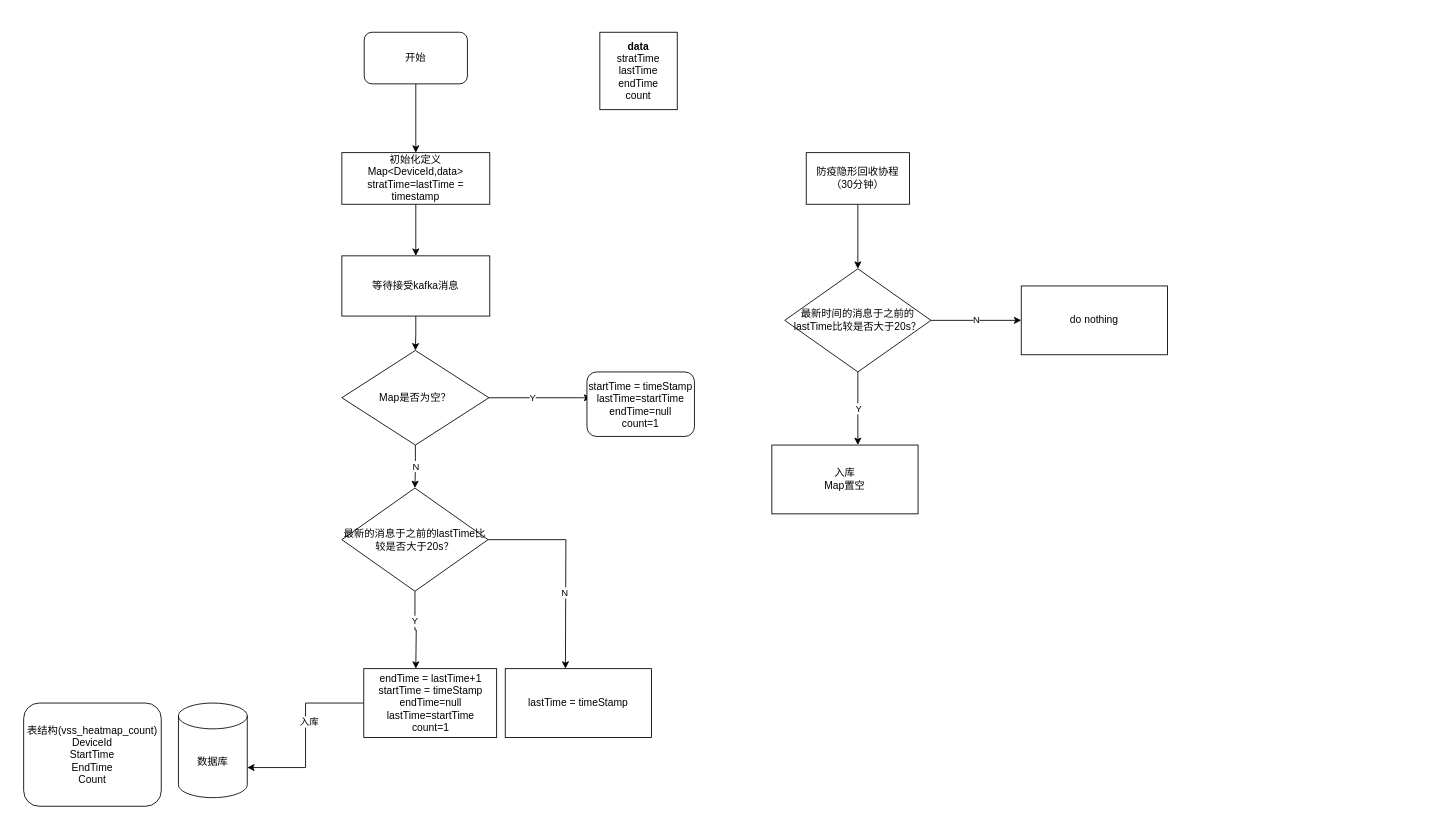
Before: 从化防疫.drawio in lingpengzhou/diagrams.io, a draw.io diagram. Source tidied: cells renumbered, new cells numbered last; positions are measured from the earlier drawing's top-left corner, leaving out a move shared by most shapes. Both pictures are drawn from the tidied source at 86%, with x=0, y=0 at pixel (23, 32).
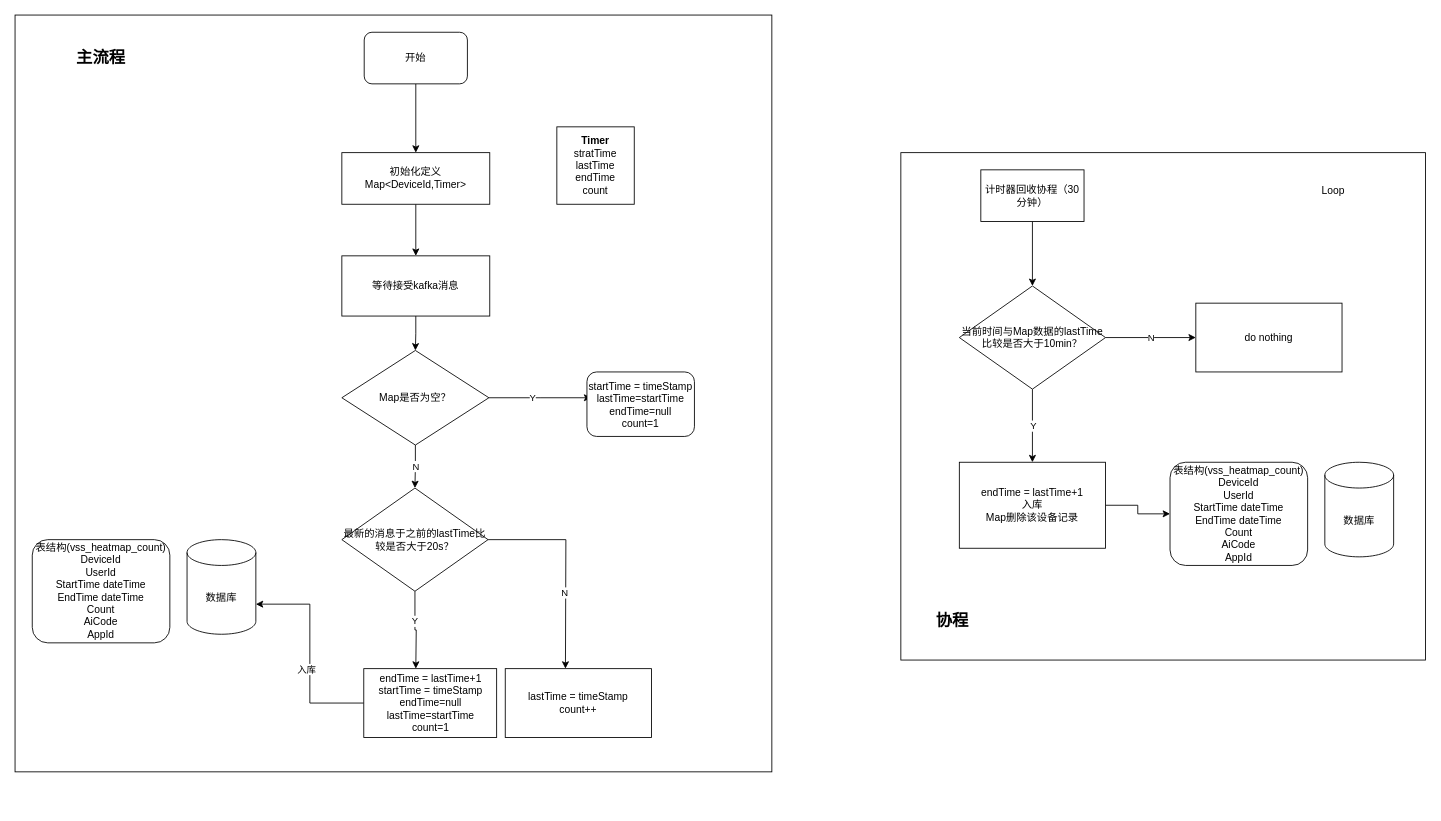
The same diagram, later.

What changed in the source:
```diff
@@
+    <mxCell id="32" style="whiteSpace=wrap;html=1;" parent="1" vertex="1">
+      <mxGeometry x="-10" y="-20" width="880" height="880" as="geometry" />
+    </mxCell>
+    <mxCell id="33" style="rounded=0;whiteSpace=wrap;html=1;" parent="1" vertex="1">
+      <mxGeometry x="1020" y="140" width="610" height="590" as="geometry" />
+    </mxCell>
-    <mxCell id="2" value="表结构(vss_heatmap_count)&lt;br&gt;DeviceId&lt;br&gt;StartTime&lt;br&gt;EndTime&lt;br&gt;Count" style="rounded=1;whiteSpace=wrap;html=1;" parent="1" vertex="1">
-      <mxGeometry y="780" width="160" height="120" as="geometry" />
+    <mxCell id="2" value="表结构(vss_heatmap_count)&lt;br&gt;DeviceId&lt;br&gt;UserId&lt;br&gt;StartTime dateTime&lt;br&gt;EndTime dateTime&lt;br&gt;Count&lt;br&gt;AiCode&lt;br&gt;AppId" style="rounded=1;whiteSpace=wrap;html=1;" parent="1" vertex="1">
+      <mxGeometry x="10" y="590" width="160" height="120" as="geometry" />
     </mxCell>
@@
-    <mxCell id="6" value="初始化定义Map&amp;lt;DeviceId,data&amp;gt;&lt;br&gt;stratTime=lastTime = timestamp&lt;br&gt;" style="rounded=0;whiteSpace=wrap;html=1;" parent="1" vertex="1">
+    <mxCell id="6" value="初始化定义Map&amp;lt;DeviceId,Timer&amp;gt;&lt;br&gt;" style="rounded=0;whiteSpace=wrap;html=1;" parent="1" vertex="1">
       <mxGeometry x="370" y="140" width="172" height="60" as="geometry" />
     </mxCell>
-    <mxCell id="7" value="&lt;b&gt;data&lt;/b&gt;&lt;br&gt;stratTime&lt;br&gt;lastTime&lt;br&gt;endTime&lt;br&gt;count" style="whiteSpace=wrap;html=1;" parent="1" vertex="1">
-      <mxGeometry x="670" width="90" height="90" as="geometry" />
+    <mxCell id="7" value="&lt;b&gt;Timer&lt;/b&gt;&lt;br&gt;stratTime&lt;br&gt;lastTime&lt;br&gt;endTime&lt;br&gt;count" style="whiteSpace=wrap;html=1;" parent="1" vertex="1">
+      <mxGeometry x="620" y="110" width="90" height="90" as="geometry" />
     </mxCell>
@@
-    <mxCell id="15" value="lastTime = timeStamp" style="rounded=0;whiteSpace=wrap;html=1;" parent="1" vertex="1">
+    <mxCell id="15" value="lastTime = timeStamp&lt;br&gt;count++" style="rounded=0;whiteSpace=wrap;html=1;" parent="1" vertex="1">
       <mxGeometry x="560" y="740" width="170" height="80" as="geometry" />
     </mxCell>
@@
     <mxCell id="24" value="数据库" style="shape=cylinder3;whiteSpace=wrap;html=1;boundedLbl=1;backgroundOutline=1;size=15;" parent="1" vertex="1">
-      <mxGeometry x="180" y="780" width="80" height="110" as="geometry" />
+      <mxGeometry x="190" y="590" width="80" height="110" as="geometry" />
     </mxCell>
@@
-    <mxCell id="26" value="防疫隐形回收协程（30分钟）" style="rounded=0;whiteSpace=wrap;html=1;" parent="1" vertex="1">
-      <mxGeometry x="910" y="140" width="120" height="60" as="geometry" />
+    <mxCell id="26" value="计时器回收协程（30分钟）" style="rounded=0;whiteSpace=wrap;html=1;" parent="1" vertex="1">
+      <mxGeometry x="1113" y="160" width="120" height="60" as="geometry" />
     </mxCell>
     <mxCell id="27" value="N" style="edgeStyle=orthogonalEdgeStyle;rounded=0;jettySize=auto;html=1;exitX=1;exitY=0.5;exitDx=0;exitDy=0;" parent="1" edge="1" source="29">
       <mxGeometry relative="1" as="geometry">
-        <mxPoint x="1160" y="335" as="targetPoint" />
+        <mxPoint x="1363" y="355" as="targetPoint" />
         <Array as="points">
-          <mxPoint x="1110" y="335" />
-          <mxPoint x="1110" y="335" />
+          <mxPoint x="1313" y="355" />
+          <mxPoint x="1313" y="355" />
         </Array>
       </mxGeometry>
     </mxCell>
     <mxCell id="28" value="Y" style="edgeStyle=orthogonalEdgeStyle;rounded=0;jettySize=auto;html=1;exitX=0.5;exitY=1;exitDx=0;exitDy=0;" parent="1" edge="1" source="29">
       <mxGeometry relative="1" as="geometry">
-        <mxPoint x="970" y="480" as="targetPoint" />
+        <mxPoint x="1173" y="500" as="targetPoint" />
       </mxGeometry>
     </mxCell>
-    <mxCell id="29" value="最新时间的消息于之前的lastTime比较是否大于20s？" style="rhombus;whiteSpace=wrap;html=1;" parent="1" vertex="1">
-      <mxGeometry x="885" y="275" width="170" height="120" as="geometry" />
+    <mxCell id="29" value="当前时间与Map数据的lastTime比较是否大于10min？" style="rhombus;whiteSpace=wrap;html=1;" parent="1" vertex="1">
+      <mxGeometry x="1088" y="295" width="170" height="120" as="geometry" />
     </mxCell>
+    <mxCell id="34" style="edgeStyle=orthogonalEdgeStyle;rounded=0;jettySize=auto;html=1;" parent="1" edge="1" source="30" target="36">
+      <mxGeometry relative="1" as="geometry" />
+    </mxCell>
-    <mxCell id="30" value="入库&lt;br&gt;Map置空" style="rounded=0;whiteSpace=wrap;html=1;" parent="1" vertex="1">
-      <mxGeometry x="870" y="480" width="170" height="80" as="geometry" />
+    <mxCell id="30" value="endTime = lastTime+1&lt;br&gt;入库&lt;br&gt;Map删除该设备记录" style="rounded=0;whiteSpace=wrap;html=1;" parent="1" vertex="1">
+      <mxGeometry x="1088" y="500" width="170" height="100" as="geometry" />
     </mxCell>
     <mxCell id="31" value="do nothing" style="rounded=0;whiteSpace=wrap;html=1;" parent="1" vertex="1">
-      <mxGeometry x="1160" y="295" width="170" height="80" as="geometry" />
+      <mxGeometry x="1363" y="315" width="170" height="80" as="geometry" />
     </mxCell>
+    <mxCell id="35" value="Loop" style="text;html=1;strokeColor=none;fillColor=none;align=center;verticalAlign=middle;whiteSpace=wrap;rounded=0;" parent="1" vertex="1">
+      <mxGeometry x="1493" y="170" width="60" height="30" as="geometry" />
+    </mxCell>
+    <mxCell id="36" value="表结构(vss_heatmap_count)&lt;br&gt;DeviceId&lt;br&gt;UserId&lt;br&gt;StartTime dateTime&lt;br&gt;EndTime dateTime&lt;br&gt;Count&lt;br&gt;AiCode&lt;br&gt;AppId" style="rounded=1;whiteSpace=wrap;html=1;" parent="1" vertex="1">
+      <mxGeometry x="1333" y="500" width="160" height="120" as="geometry" />
+    </mxCell>
+    <mxCell id="37" value="数据库" style="shape=cylinder3;whiteSpace=wrap;html=1;boundedLbl=1;backgroundOutline=1;size=15;" parent="1" vertex="1">
+      <mxGeometry x="1513" y="500" width="80" height="110" as="geometry" />
+    </mxCell>
+    <mxCell id="38" value="&lt;b style=&quot;font-size: 19px;&quot;&gt;主流程&lt;/b&gt;" style="text;html=1;strokeColor=none;fillColor=none;align=center;verticalAlign=middle;whiteSpace=wrap;rounded=0;fontSize=19;" parent="1" vertex="1">
+      <mxGeometry x="60" y="15" width="60" height="30" as="geometry" />
+    </mxCell>
+    <mxCell id="39" value="&lt;b style=&quot;font-size: 19px&quot;&gt;协程&lt;/b&gt;" style="text;html=1;strokeColor=none;fillColor=none;align=center;verticalAlign=middle;whiteSpace=wrap;rounded=0;fontSize=19;" parent="1" vertex="1">
+      <mxGeometry x="1050" y="670" width="60" height="30" as="geometry" />
+    </mxCell>
```
